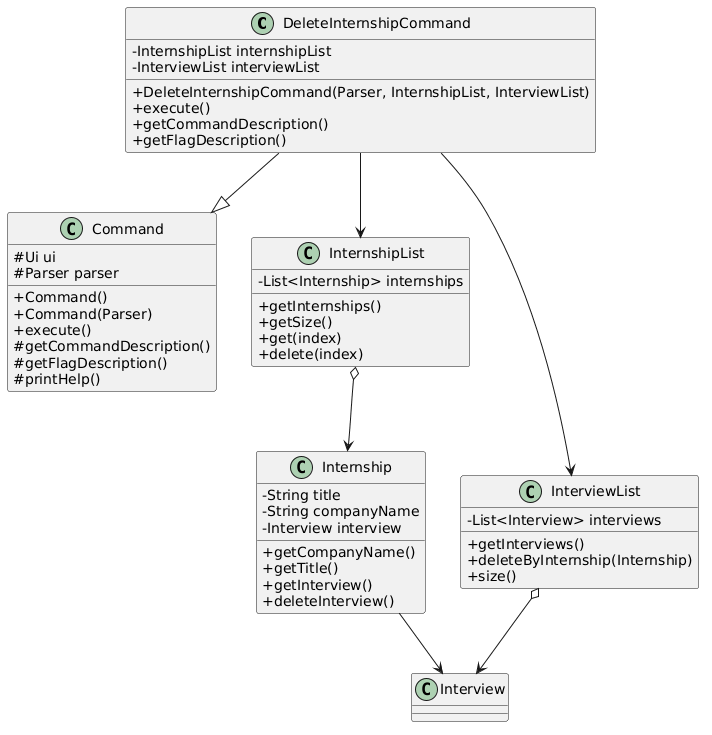
Earlier version of the PlantUML export docs/diagrams/DeleteInternshipCommandClassDiagram.png (Yian123330/tp).
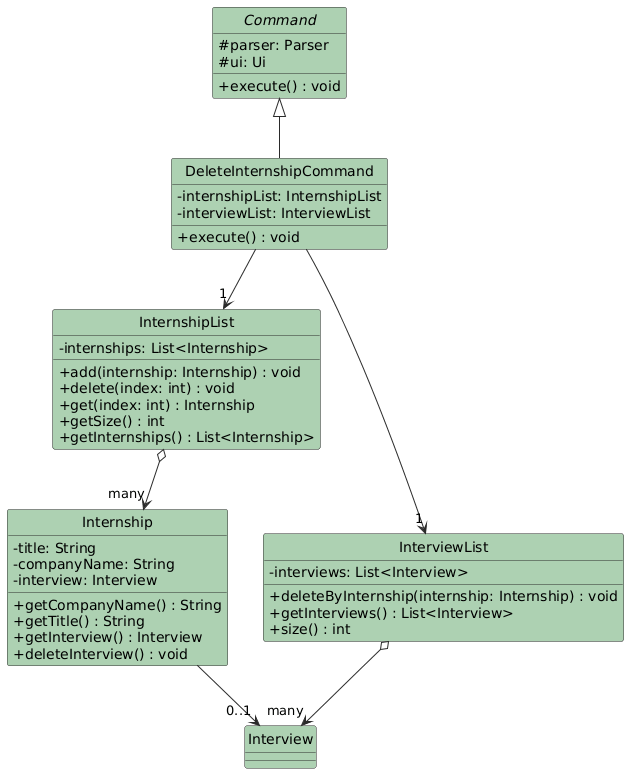
The same diagram one commit later.

Commit message:
Updated Class Diagram for List, delete, delete interview and search internship

Diff of the diagram source:
```diff
@@ -1,56 +1,57 @@
 @startuml
+hide circle
 skinparam classAttributeIconSize 0
-skinparam shadowing false
+skinparam class {
+    BackgroundColor #ADD1B2
+    ArrowColor #2A2A2A
+    BorderColor #2A2A2A
+}
+
+abstract class Command {
+  # parser: Parser
+  # ui: Ui
+  + execute() : void
+}
 
 class DeleteInternshipCommand {
-    - InternshipList internshipList
-    - InterviewList interviewList
-    + DeleteInternshipCommand(Parser, InternshipList, InterviewList)
-    + execute()
-    + getCommandDescription()
-    + getFlagDescription()
-}
-
-class Command {
-    # Ui ui
-    # Parser parser
-    + Command()
-    + Command(Parser)
-    + execute()
-    # getCommandDescription()
-    # getFlagDescription()
-    # printHelp()
+  - internshipList: InternshipList
+  - interviewList: InterviewList
+  + execute() : void
 }
 
 class InternshipList {
-    - List<Internship> internships
-    + getInternships()
-    + getSize()
-    + get(index)
-    + delete(index)
+  - internships: List<Internship>
+  + add(internship: Internship) : void
+  + delete(index: int) : void
+  + get(index: int) : Internship
+  + getSize() : int
+  + getInternships() : List<Internship>
 }
 
 class InterviewList {
-    - List<Interview> interviews
-    + getInterviews()
-    + deleteByInternship(Internship)
-    + size()
+  - interviews: List<Interview>
+  + deleteByInternship(internship: Internship) : void
+  + getInterviews() : List<Interview>
+  + size() : int
 }
 
 class Internship {
-    - String title
-    - String companyName
-    - Interview interview
-    + getCompanyName()
-    + getTitle()
-    + getInterview()
-    + deleteInterview()
+  - title: String
+  - companyName: String
+  - interview: Interview
+  + getCompanyName() : String
+  + getTitle() : String
+  + getInterview() : Interview
+  + deleteInterview() : void
 }
 
-DeleteInternshipCommand --|> Command
-DeleteInternshipCommand --> InternshipList
-DeleteInternshipCommand --> InterviewList
-InternshipList o--> Internship
-InterviewList o--> Interview
-Internship --> Interview
+class Interview {
+}
+
+Command <|-- DeleteInternshipCommand
+DeleteInternshipCommand --> "1" InternshipList
+DeleteInternshipCommand --> "1" InterviewList
+InternshipList o--> "many" Internship
+InterviewList o--> "many" Interview
+Internship --> "0..1" Interview
 @enduml
```
